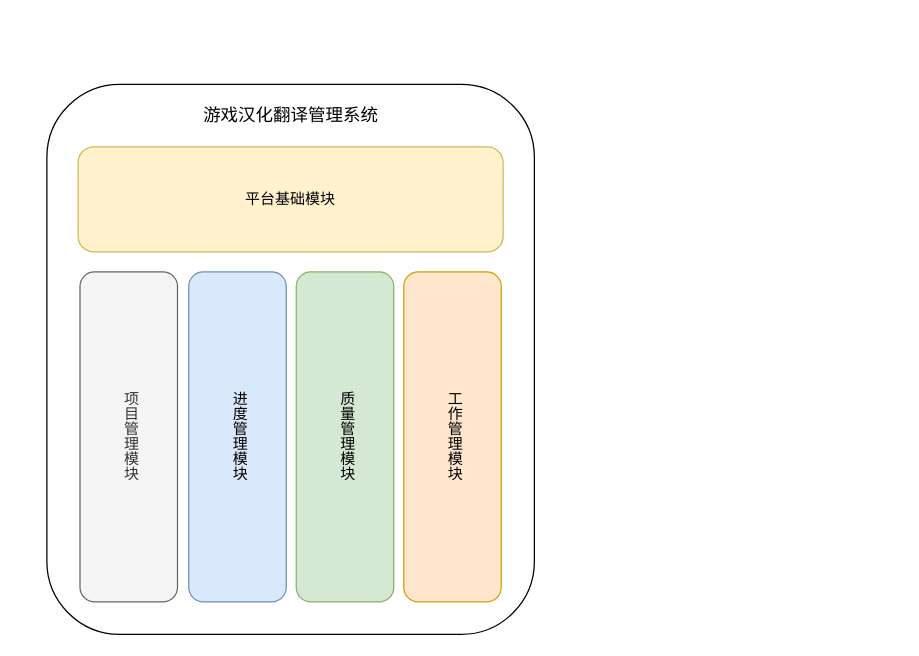
Earlier version of the draw.io diagram 模块图.drawio (icemeowzhi/bach_final_diags). Source tidied: cells renumbered, new cells numbered last; positions are measured from the earlier drawing's top-left corner, leaving out a move shared by most shapes. Both pictures are drawn from the tidied source at 125%, with x=0, y=0 at pixel (46, 84).
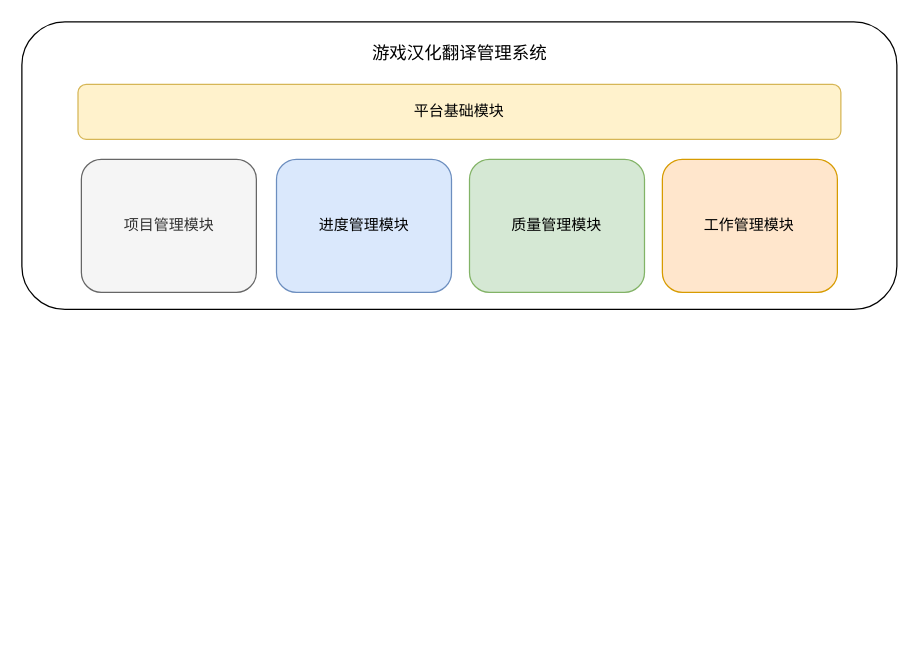
Above is the later version.

Commit message:
更新模块图.drawio

Diff of the diagram source:
```diff
@@
 <mxGraphModel>
   <root>
     <mxCell id="0" />
     <mxCell id="1" parent="0" />
+    <mxCell id="9" style="group;" parent="1" vertex="1">
+      <mxGeometry x="-20" y="-50" width="700" height="230" as="geometry" />
+    </mxCell>
-    <mxCell id="2" style="rounded=1;whiteSpace=wrap;html=1;" parent="1" vertex="1">
-      <mxGeometry width="390" height="440" as="geometry" />
+    <mxCell id="2" style="rounded=1;whiteSpace=wrap;html=1;" parent="9" vertex="1">
+      <mxGeometry width="700" height="230" as="geometry" />
     </mxCell>
-    <mxCell id="3" value="平台基础模块" style="rounded=1;whiteSpace=wrap;html=1;fillColor=#fff2cc;strokeColor=#d6b656;" parent="1" vertex="1">
-      <mxGeometry x="25" y="50" width="340" height="84" as="geometry" />
+    <mxCell id="3" value="平台基础模块" style="rounded=1;whiteSpace=wrap;html=1;fillColor=#fff2cc;strokeColor=#d6b656;" parent="9" vertex="1">
+      <mxGeometry x="44.9" y="50" width="610.3" height="43.9" as="geometry" />
     </mxCell>
-    <mxCell id="4" value="项目管理模块" style="rounded=1;whiteSpace=wrap;html=1;fillColor=#f5f5f5;fontColor=#333333;strokeColor=#666666;horizontal=1;textDirection=vertical-lr;" parent="1" vertex="1">
-      <mxGeometry x="26.5" y="150" width="78" height="264" as="geometry" />
+    <mxCell id="4" value="项目管理模块" style="rounded=1;whiteSpace=wrap;html=1;fillColor=#f5f5f5;fontColor=#333333;strokeColor=#666666;horizontal=1;" parent="9" vertex="1">
+      <mxGeometry x="47.6" y="110" width="140" height="106.4" as="geometry" />
     </mxCell>
-    <mxCell id="5" value="进度管理模块" style="rounded=1;whiteSpace=wrap;html=1;fillColor=#dae8fc;strokeColor=#6c8ebf;horizontal=1;textDirection=vertical-lr;" parent="1" vertex="1">
-      <mxGeometry x="113.5" y="150" width="78" height="264" as="geometry" />
+    <mxCell id="5" value="进度管理模块" style="rounded=1;whiteSpace=wrap;html=1;fillColor=#dae8fc;strokeColor=#6c8ebf;horizontal=1;" parent="9" vertex="1">
+      <mxGeometry x="203.7" y="110" width="140" height="106.4" as="geometry" />
     </mxCell>
-    <mxCell id="6" value="质量管理模块" style="rounded=1;whiteSpace=wrap;html=1;fillColor=#d5e8d4;strokeColor=#82b366;horizontal=1;textDirection=vertical-lr;" parent="1" vertex="1">
-      <mxGeometry x="199.5" y="150" width="78" height="264" as="geometry" />
+    <mxCell id="6" value="质量管理模块" style="rounded=1;whiteSpace=wrap;html=1;fillColor=#d5e8d4;strokeColor=#82b366;horizontal=1;" parent="9" vertex="1">
+      <mxGeometry x="358.1" y="110" width="140" height="106.4" as="geometry" />
     </mxCell>
-    <mxCell id="7" value="工作管理模块" style="rounded=1;whiteSpace=wrap;html=1;fillColor=#ffe6cc;strokeColor=#d79b00;horizontal=1;textDirection=vertical-lr;" parent="1" vertex="1">
-      <mxGeometry x="285.5" y="150" width="78" height="264" as="geometry" />
+    <mxCell id="7" value="工作管理模块" style="rounded=1;whiteSpace=wrap;html=1;fillColor=#ffe6cc;strokeColor=#d79b00;horizontal=1;" parent="9" vertex="1">
+      <mxGeometry x="512.4" y="110" width="140" height="106.4" as="geometry" />
     </mxCell>
-    <mxCell id="8" value="&lt;span style=&quot;font-size:10.5pt;mso-bidi-font-size:11.0pt;&lt;br/&gt;font-family:等线;mso-ascii-theme-font:minor-latin;mso-fareast-theme-font:minor-fareast;&lt;br/&gt;mso-hansi-theme-font:minor-latin;mso-bidi-font-family:&amp;quot;Times New Roman&amp;quot;;&lt;br/&gt;mso-bidi-theme-font:minor-bidi;mso-ansi-language:EN-US;mso-fareast-language:&lt;br/&gt;ZH-CN;mso-bidi-language:AR-SA&quot;&gt;游戏汉化翻译管理系统&lt;/span&gt;" style="text;html=1;align=center;verticalAlign=middle;strokeColor=none;fillColor=none;" parent="1" vertex="1">
-      <mxGeometry x="115" y="10" width="160" height="30" as="geometry" />
+    <mxCell id="8" value="&lt;span style=&quot;font-size:10.5pt;mso-bidi-font-size:11.0pt;&lt;br/&gt;font-family:等线;mso-ascii-theme-font:minor-latin;mso-fareast-theme-font:minor-fareast;&lt;br/&gt;mso-hansi-theme-font:minor-latin;mso-bidi-font-family:&amp;quot;Times New Roman&amp;quot;;&lt;br/&gt;mso-bidi-theme-font:minor-bidi;mso-ansi-language:EN-US;mso-fareast-language:&lt;br/&gt;ZH-CN;mso-bidi-language:AR-SA&quot;&gt;游戏汉化翻译管理系统&lt;/span&gt;" style="text;html=1;align=center;verticalAlign=middle;strokeColor=none;fillColor=none;" parent="9" vertex="1">
+      <mxGeometry x="270" y="10" width="160" height="30" as="geometry" />
     </mxCell>
   </root>
 </mxGraphModel>
```
